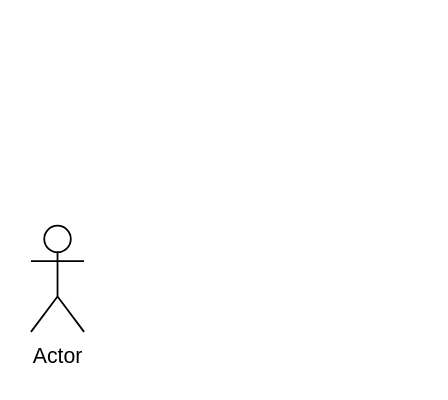
This is 思维导图.drawio from Shouji24/diagram, a draw.io file, before an edit. Source tidied: cells renumbered, new cells numbered last; positions are measured from the earlier drawing's top-left corner, leaving out a move shared by most shapes. Both pictures are drawn from the tidied source at 177%, with x=0, y=0 at pixel (30, 225).
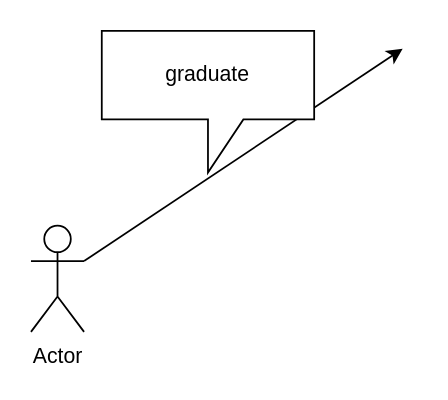
The same page after the edit.

Commit message (it also covers changes not shown here):
更新思维导图.drawio

Change to the diagram source:
```diff
@@
 <mxGraphModel>
   <root>
     <mxCell id="0" />
     <mxCell id="1" parent="0" />
     <mxCell id="2" value="Actor" style="shape=umlActor;verticalLabelPosition=bottom;verticalAlign=top;html=1;outlineConnect=0;" parent="1" vertex="1">
       <mxGeometry width="30" height="60" as="geometry" />
     </mxCell>
+    <mxCell id="3" style="endArrow=classic;html=1;rounded=0;exitX=1;exitY=0.3333333333333333;exitDx=0;exitDy=0;exitPerimeter=0;" parent="1" edge="1" source="2">
+      <mxGeometry relative="1" as="geometry">
+        <mxPoint x="210" y="-100" as="targetPoint" />
+      </mxGeometry>
+    </mxCell>
+    <mxCell id="4" value="graduate" style="shape=callout;whiteSpace=wrap;html=1;perimeter=calloutPerimeter;" parent="1" vertex="1">
+      <mxGeometry x="40" y="-110" width="120" height="80" as="geometry" />
+    </mxCell>
   </root>
 </mxGraphModel>
```
